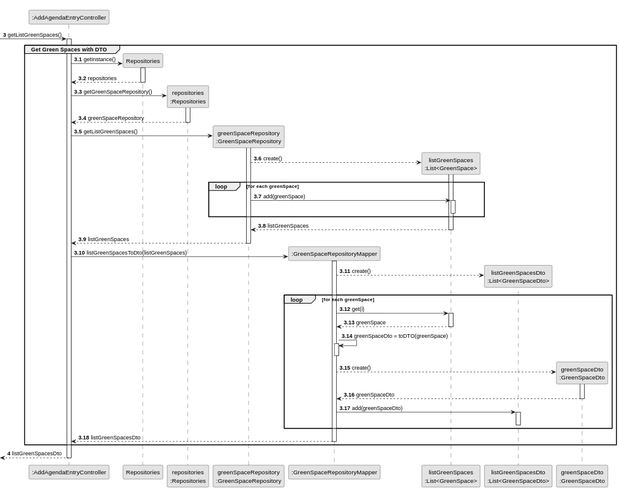
Above: docs/sprintC/us022/03.design/svg/us022-sequence-diagram-partial-get-green-spaces-with-dto.svg in diogoveirospro/lei-24-s2-1dg-g072 (PlantUML), before the change.
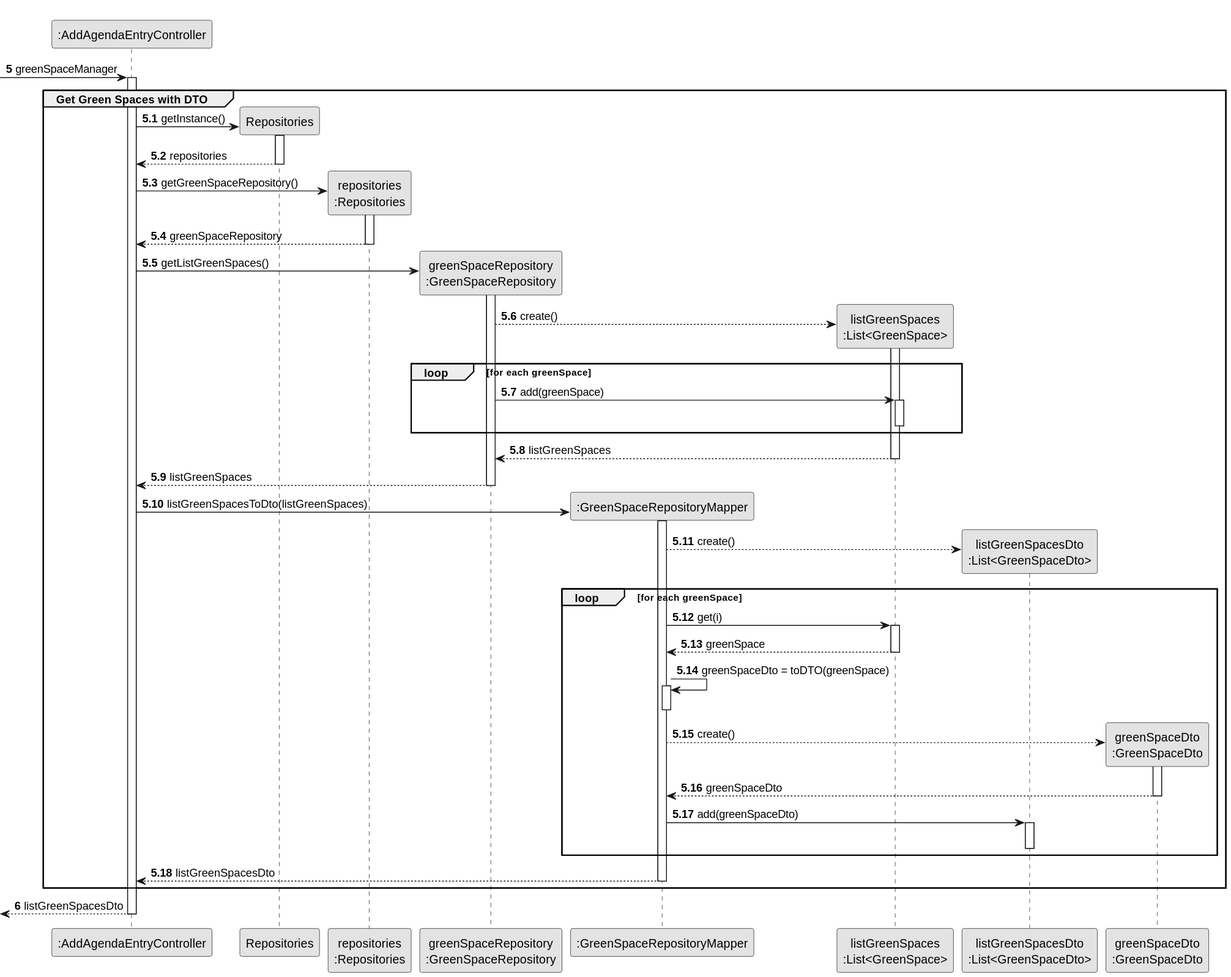
Later version of the same file.

Diff of the diagram source:
```diff
@@ -12,10 +12,10 @@
 participant "listGreenSpacesDto\n:List<GreenSpaceDto>" as LISTGREENSPACESDTO
 participant "greenSpaceDto\n:GreenSpaceDto" as GREENSPACEDTO
 
-autonumber 3
--> CTRL: getListGreenSpaces()
+autonumber 5
+-> CTRL: greenSpaceManager
 
-autonumber 3.1
+autonumber 5.1
 activate CTRL
     group Get Green Spaces with DTO
 
@@ -85,7 +85,7 @@
 
     end
 
-    autonumber 4
+    autonumber 6
     <-- CTRL : listGreenSpacesDto
 deactivate CTRL
 @enduml
```
